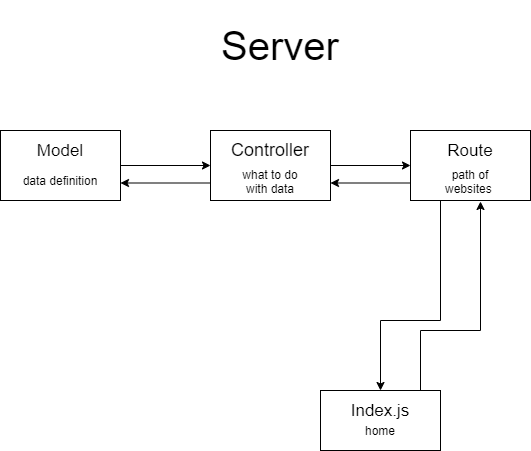
Before: server/server.png, a diagram exported from draw.io (AnshSharmaa/CCMS). Source tidied: cells renumbered, new cells last; positions are measured from the earlier drawing's top-left corner, leaving out a move shared by most shapes.
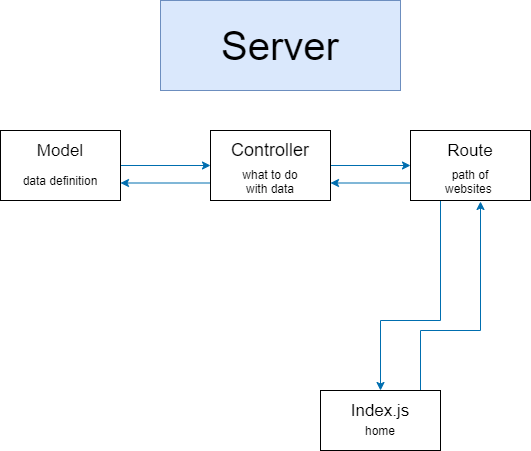
The same file after the commit.

What changed in the source:
```diff
@@ -2,19 +2,19 @@
   <root>
     <mxCell id="0" />
     <mxCell id="1" parent="0" />
-    <mxCell id="2" style="edgeStyle=orthogonalEdgeStyle;rounded=0;jettySize=auto;html=1;exitX=1;exitY=0.5;exitDx=0;exitDy=0;entryX=0;entryY=0.5;entryDx=0;entryDy=0;" parent="1" edge="1" source="3" target="13">
+    <mxCell id="2" style="edgeStyle=orthogonalEdgeStyle;rounded=0;jettySize=auto;html=1;exitX=1;exitY=0.5;exitDx=0;exitDy=0;entryX=0;entryY=0.5;entryDx=0;entryDy=0;fillColor=#1ba1e2;strokeColor=#006EAF;" parent="1" edge="1" source="3" target="13">
       <mxGeometry relative="1" as="geometry" />
     </mxCell>
     <mxCell id="3" style="rounded=0;whiteSpace=wrap;html=1;" parent="1" vertex="1">
       <mxGeometry y="130" width="120" height="70" as="geometry" />
     </mxCell>
-    <mxCell id="4" value="&lt;font style=&quot;font-size: 40px&quot;&gt;Server&lt;/font&gt;" style="text;html=1;strokeColor=none;fillColor=none;align=center;verticalAlign=middle;whiteSpace=wrap;rounded=0;" parent="1" vertex="1">
+    <mxCell id="4" value="&lt;font style=&quot;font-size: 40px&quot;&gt;Server&lt;/font&gt;" style="text;html=1;strokeColor=#6c8ebf;fillColor=#dae8fc;align=center;verticalAlign=middle;whiteSpace=wrap;rounded=0;" parent="1" vertex="1">
       <mxGeometry x="160" width="240" height="90" as="geometry" />
     </mxCell>
     <mxCell id="5" value="&lt;font style=&quot;font-size: 17px&quot;&gt;Model&lt;/font&gt;" style="text;html=1;strokeColor=none;fillColor=none;align=center;verticalAlign=middle;whiteSpace=wrap;rounded=0;" parent="1" vertex="1">
       <mxGeometry x="40" y="140" width="40" height="20" as="geometry" />
     </mxCell>
-    <mxCell id="6" style="edgeStyle=orthogonalEdgeStyle;rounded=0;jettySize=auto;html=1;" parent="1" edge="1" source="7">
+    <mxCell id="6" style="edgeStyle=orthogonalEdgeStyle;rounded=0;jettySize=auto;html=1;fillColor=#1ba1e2;strokeColor=#006EAF;" parent="1" edge="1" source="7">
       <mxGeometry relative="1" as="geometry">
         <mxPoint x="480" y="201" as="targetPoint" />
         <Array as="points">
@@ -27,7 +27,7 @@
     <mxCell id="7" style="rounded=0;whiteSpace=wrap;html=1;" parent="1" vertex="1">
       <mxGeometry x="320" y="390" width="120" height="60" as="geometry" />
     </mxCell>
-    <mxCell id="8" style="edgeStyle=orthogonalEdgeStyle;rounded=0;jettySize=auto;html=1;exitX=0.5;exitY=1;exitDx=0;exitDy=0;entryX=0.5;entryY=0;entryDx=0;entryDy=0;" parent="1" edge="1" source="10" target="7">
+    <mxCell id="8" style="edgeStyle=orthogonalEdgeStyle;rounded=0;jettySize=auto;html=1;exitX=0.5;exitY=1;exitDx=0;exitDy=0;entryX=0.5;entryY=0;entryDx=0;entryDy=0;fillColor=#1ba1e2;strokeColor=#006EAF;" parent="1" edge="1" source="10" target="7">
       <mxGeometry relative="1" as="geometry">
         <Array as="points">
           <mxPoint x="440" y="200" />
@@ -36,16 +36,16 @@
         </Array>
       </mxGeometry>
     </mxCell>
-    <mxCell id="9" style="edgeStyle=orthogonalEdgeStyle;rounded=0;jettySize=auto;html=1;exitX=0;exitY=0.75;exitDx=0;exitDy=0;entryX=1;entryY=0.75;entryDx=0;entryDy=0;" parent="1" edge="1" source="10" target="13">
+    <mxCell id="9" style="edgeStyle=orthogonalEdgeStyle;rounded=0;jettySize=auto;html=1;exitX=0;exitY=0.75;exitDx=0;exitDy=0;entryX=1;entryY=0.75;entryDx=0;entryDy=0;fillColor=#1ba1e2;strokeColor=#006EAF;" parent="1" edge="1" source="10" target="13">
       <mxGeometry relative="1" as="geometry" />
     </mxCell>
     <mxCell id="10" style="rounded=0;whiteSpace=wrap;html=1;" parent="1" vertex="1">
       <mxGeometry x="410" y="130" width="120" height="70" as="geometry" />
     </mxCell>
-    <mxCell id="11" style="edgeStyle=orthogonalEdgeStyle;rounded=0;jettySize=auto;html=1;exitX=1;exitY=0.5;exitDx=0;exitDy=0;entryX=0;entryY=0.5;entryDx=0;entryDy=0;" parent="1" edge="1" source="13" target="10">
+    <mxCell id="11" style="edgeStyle=orthogonalEdgeStyle;rounded=0;jettySize=auto;html=1;exitX=1;exitY=0.5;exitDx=0;exitDy=0;entryX=0;entryY=0.5;entryDx=0;entryDy=0;fillColor=#1ba1e2;strokeColor=#006EAF;" parent="1" edge="1" source="13" target="10">
       <mxGeometry relative="1" as="geometry" />
     </mxCell>
-    <mxCell id="12" style="edgeStyle=orthogonalEdgeStyle;rounded=0;jettySize=auto;html=1;exitX=0;exitY=0.75;exitDx=0;exitDy=0;entryX=1;entryY=0.75;entryDx=0;entryDy=0;" parent="1" edge="1" source="13" target="3">
+    <mxCell id="12" style="edgeStyle=orthogonalEdgeStyle;rounded=0;jettySize=auto;html=1;exitX=0;exitY=0.75;exitDx=0;exitDy=0;entryX=1;entryY=0.75;entryDx=0;entryDy=0;fillColor=#1ba1e2;strokeColor=#006EAF;" parent="1" edge="1" source="13" target="3">
       <mxGeometry relative="1" as="geometry" />
     </mxCell>
     <mxCell id="13" style="rounded=0;whiteSpace=wrap;html=1;" parent="1" vertex="1">
```
